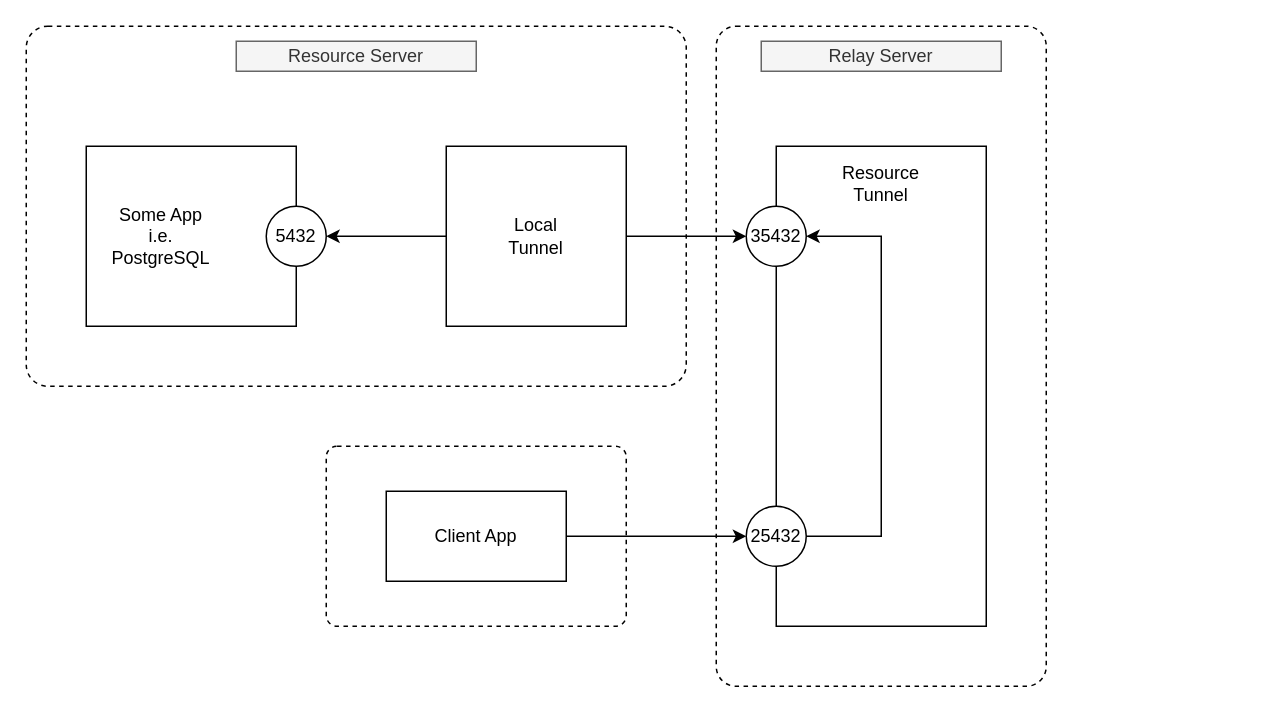
nicc777/home-tunnel-via-csp keeps this draw.io diagram as page "Tunnel" (3 of 3) of images/design.drawio. Above is the earlier version. Source tidied: cells renumbered, new cells numbered last; positions are measured from the earlier drawing's top-left corner, leaving out a move shared by most shapes. Both pictures are drawn from the tidied source at 150%, with x=0, y=0 at pixel (26, 26).
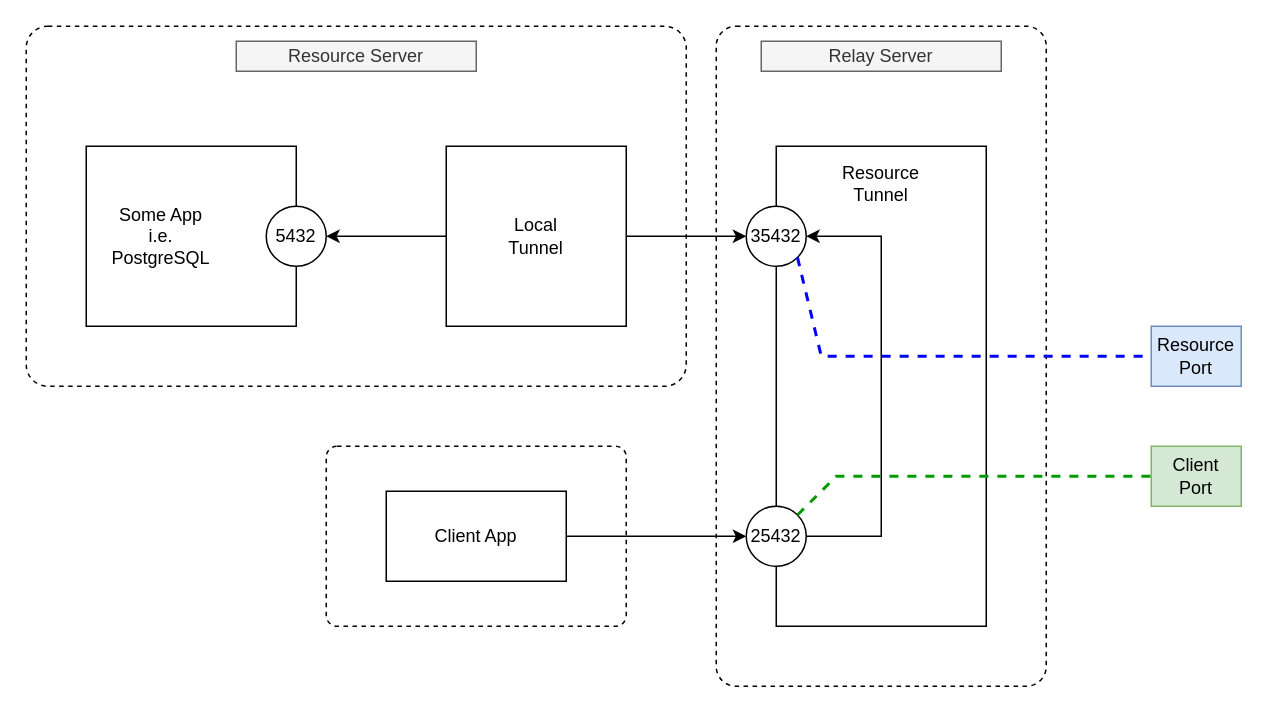
The same page after the edit.

The change refers to these unchanged cells:
```xml
<mxCell id="5" value="35432" style="ellipse;whiteSpace=wrap;html=1;" parent="1" vertex="1">
  <mxGeometry x="480" y="120" width="40" height="40" as="geometry" />
</mxCell>
<mxCell id="6" value="25432" style="ellipse;whiteSpace=wrap;html=1;" parent="1" vertex="1">
  <mxGeometry x="480" y="320" width="40" height="40" as="geometry" />
</mxCell>
```

Change to the diagram source:
```diff
@@
+    <mxCell id="20" value="Resource Port" style="text;html=1;align=center;verticalAlign=middle;whiteSpace=wrap;rounded=0;fillColor=#dae8fc;strokeColor=#6c8ebf;" parent="1" vertex="1">
+      <mxGeometry x="750" y="200" width="60" height="40" as="geometry" />
+    </mxCell>
+    <mxCell id="21" value="Client&lt;div&gt;Port&lt;/div&gt;" style="text;html=1;align=center;verticalAlign=middle;whiteSpace=wrap;rounded=0;fillColor=#d5e8d4;strokeColor=#82b366;" parent="1" vertex="1">
+      <mxGeometry x="750" y="280" width="60" height="40" as="geometry" />
+    </mxCell>
+    <mxCell id="22" style="endArrow=none;dashed=1;html=1;rounded=0;entryX=0;entryY=0.5;entryDx=0;entryDy=0;exitX=1;exitY=0;exitDx=0;exitDy=0;strokeColor=#009900;jumpSize=6;strokeWidth=2;" parent="1" edge="1" source="6" target="21">
+      <mxGeometry relative="1" as="geometry">
+        <Array as="points">
+          <mxPoint x="540" y="300" />
+        </Array>
+      </mxGeometry>
+    </mxCell>
+    <mxCell id="23" style="endArrow=none;dashed=1;html=1;rounded=0;entryX=0;entryY=0.5;entryDx=0;entryDy=0;exitX=1;exitY=1;exitDx=0;exitDy=0;strokeColor=#0000FF;jumpSize=6;strokeWidth=2;" parent="1" edge="1" source="5" target="20">
+      <mxGeometry relative="1" as="geometry">
+        <Array as="points">
+          <mxPoint x="530" y="220" />
+        </Array>
+      </mxGeometry>
+    </mxCell>
```
